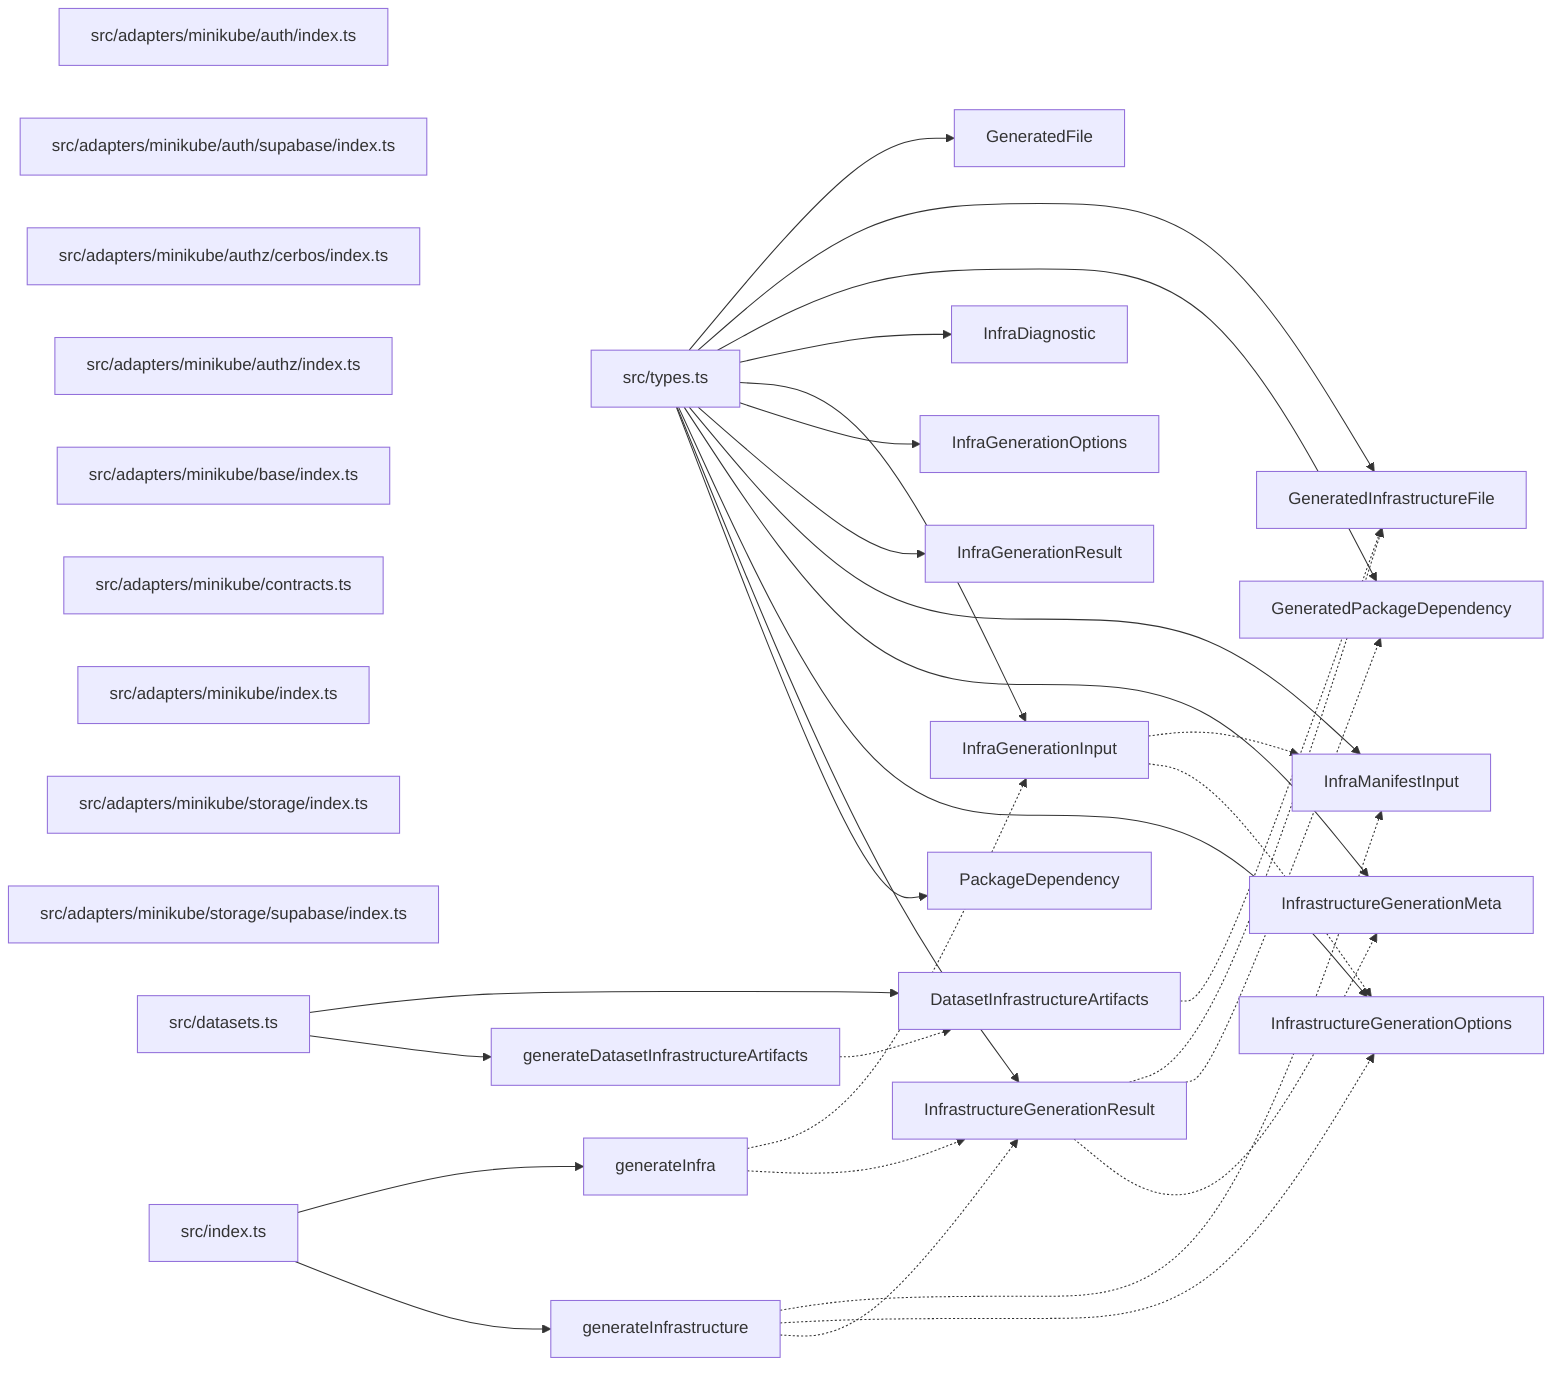
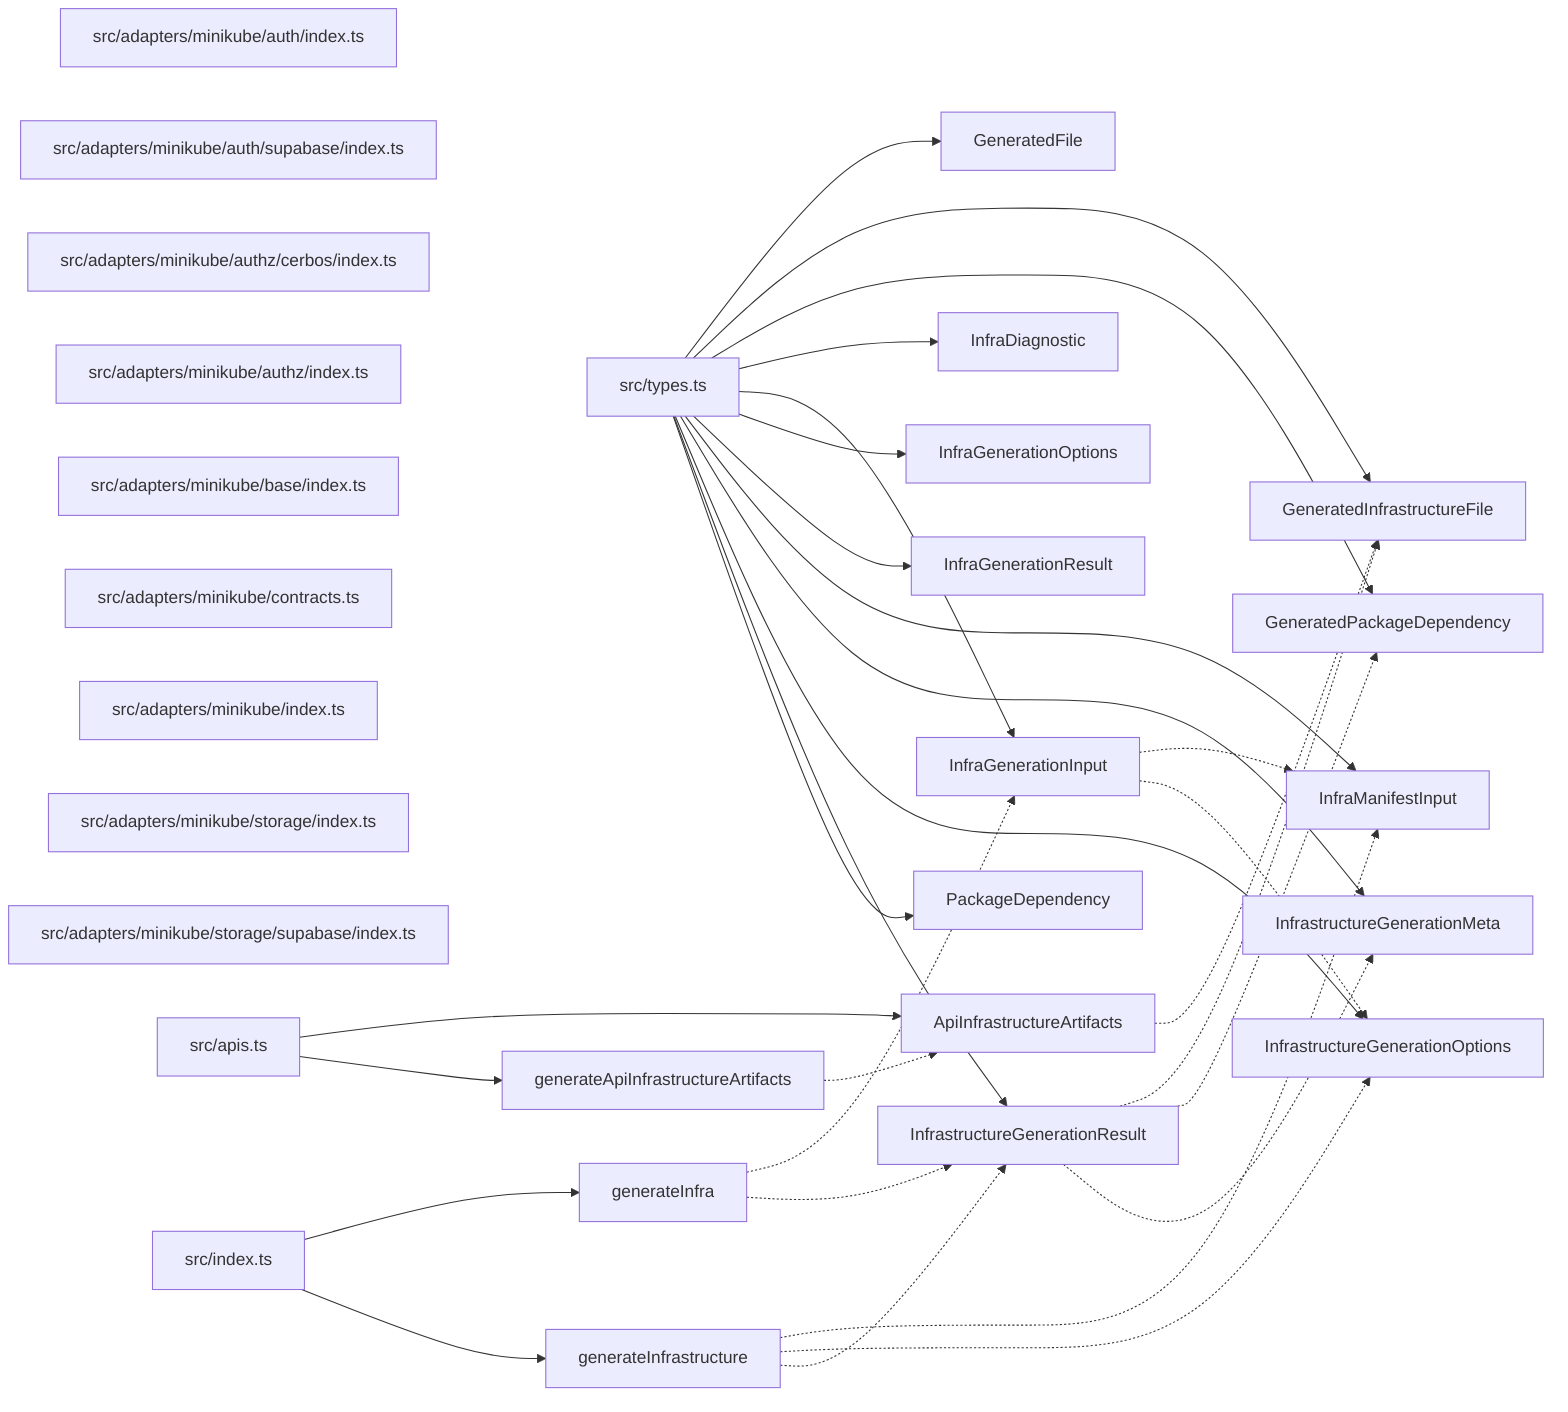
graph LR
  module_src_adapters_minikube_auth_index_ts["src/adapters/minikube/auth/index.ts"]
  module_src_adapters_minikube_auth_supabase_index_ts["src/adapters/minikube/auth/supabase/index.ts"]
  module_src_adapters_minikube_authz_cerbos_index_ts["src/adapters/minikube/authz/cerbos/index.ts"]
  module_src_adapters_minikube_authz_index_ts["src/adapters/minikube/authz/index.ts"]
  module_src_adapters_minikube_base_index_ts["src/adapters/minikube/base/index.ts"]
  module_src_adapters_minikube_contracts_ts["src/adapters/minikube/contracts.ts"]
  module_src_adapters_minikube_index_ts["src/adapters/minikube/index.ts"]
  module_src_adapters_minikube_storage_index_ts["src/adapters/minikube/storage/index.ts"]
  module_src_adapters_minikube_storage_supabase_index_ts["src/adapters/minikube/storage/supabase/index.ts"]
-   module_src_datasets_ts["src/datasets.ts"]
+   module_src_apis_ts["src/apis.ts"]
  module_src_index_ts["src/index.ts"]
  module_src_types_ts["src/types.ts"]
-   export_DatasetInfrastructureArtifacts["DatasetInfrastructureArtifacts"]
-   module_src_datasets_ts --> export_DatasetInfrastructureArtifacts
-   export_DatasetInfrastructureArtifacts -.-> export_GeneratedInfrastructureFile
-   export_generateDatasetInfrastructureArtifacts["generateDatasetInfrastructureArtifacts"]
-   module_src_datasets_ts --> export_generateDatasetInfrastructureArtifacts
-   export_generateDatasetInfrastructureArtifacts -.-> export_DatasetInfrastructureArtifacts
+   export_ApiInfrastructureArtifacts["ApiInfrastructureArtifacts"]
+   module_src_apis_ts --> export_ApiInfrastructureArtifacts
+   export_ApiInfrastructureArtifacts -.-> export_GeneratedInfrastructureFile
+   export_generateApiInfrastructureArtifacts["generateApiInfrastructureArtifacts"]
+   module_src_apis_ts --> export_generateApiInfrastructureArtifacts
+   export_generateApiInfrastructureArtifacts -.-> export_ApiInfrastructureArtifacts
  export_GeneratedFile["GeneratedFile"]
  module_src_types_ts --> export_GeneratedFile
  export_GeneratedInfrastructureFile["GeneratedInfrastructureFile"]
  module_src_types_ts --> export_GeneratedInfrastructureFile
  export_GeneratedPackageDependency["GeneratedPackageDependency"]
  module_src_types_ts --> export_GeneratedPackageDependency
  export_generateInfra["generateInfra"]
  module_src_index_ts --> export_generateInfra
  export_generateInfra -.-> export_InfraGenerationInput
  export_generateInfra -.-> export_InfrastructureGenerationResult
  export_generateInfrastructure["generateInfrastructure"]
  module_src_index_ts --> export_generateInfrastructure
  export_generateInfrastructure -.-> export_InfraManifestInput
  export_generateInfrastructure -.-> export_InfrastructureGenerationOptions
  export_generateInfrastructure -.-> export_InfrastructureGenerationResult
  export_InfraDiagnostic["InfraDiagnostic"]
  module_src_types_ts --> export_InfraDiagnostic
  export_InfraGenerationInput["InfraGenerationInput"]
  module_src_types_ts --> export_InfraGenerationInput
  export_InfraGenerationInput -.-> export_InfraManifestInput
  export_InfraGenerationInput -.-> export_InfrastructureGenerationOptions
  export_InfraGenerationOptions["InfraGenerationOptions"]
  module_src_types_ts --> export_InfraGenerationOptions
  export_InfraGenerationResult["InfraGenerationResult"]
  module_src_types_ts --> export_InfraGenerationResult
  export_InfraManifestInput["InfraManifestInput"]
  module_src_types_ts --> export_InfraManifestInput
  export_InfrastructureGenerationMeta["InfrastructureGenerationMeta"]
  module_src_types_ts --> export_InfrastructureGenerationMeta
  export_InfrastructureGenerationOptions["InfrastructureGenerationOptions"]
  module_src_types_ts --> export_InfrastructureGenerationOptions
  export_InfrastructureGenerationResult["InfrastructureGenerationResult"]
  module_src_types_ts --> export_InfrastructureGenerationResult
  export_InfrastructureGenerationResult -.-> export_GeneratedInfrastructureFile
  export_InfrastructureGenerationResult -.-> export_GeneratedPackageDependency
  export_InfrastructureGenerationResult -.-> export_InfrastructureGenerationMeta
  export_PackageDependency["PackageDependency"]
  module_src_types_ts --> export_PackageDependency
